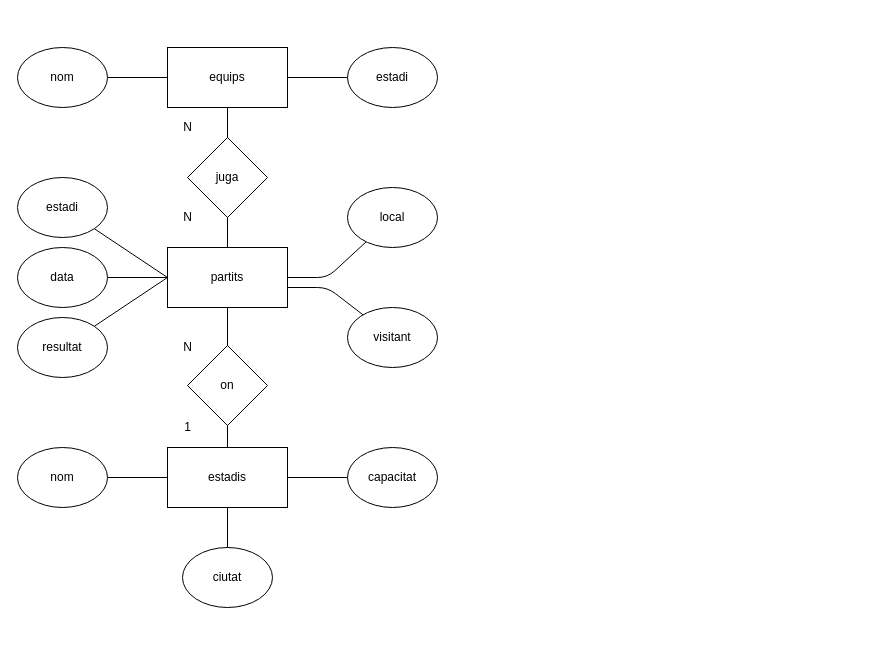
This is diagramaLliga.drawio from pedronieto84/lowcode-nocode, a draw.io file, before an edit. Source tidied: cells renumbered, new cells numbered last; positions are measured from the earlier drawing's top-left corner, leaving out a move shared by most shapes. Both pictures are drawn from the tidied source at 100%, with x=0, y=0 at pixel (17, 47).
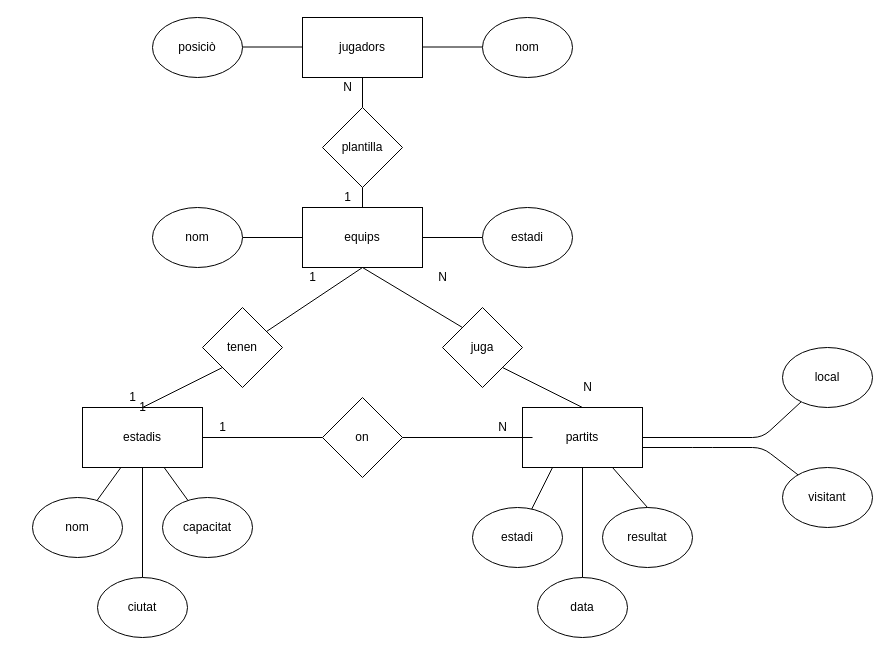
The same page after the edit.

Diff of the diagram source:
```diff
@@
-    <mxCell id="2" style="edgeStyle=none;html=1;endArrow=none;endFill=0;exitX=0.5;exitY=0;exitDx=0;exitDy=0;" parent="1" edge="1" source="22" target="6">
+    <mxCell id="2" style="edgeStyle=none;html=1;endArrow=none;endFill=0;exitX=0.5;exitY=0;exitDx=0;exitDy=0;entryX=1;entryY=1;entryDx=0;entryDy=0;" parent="1" edge="1" source="22" target="16">
       <mxGeometry relative="1" as="geometry" />
     </mxCell>
-    <mxCell id="3" style="edgeStyle=none;html=1;startArrow=none;startFill=0;endArrow=none;endFill=0;exitX=0.5;exitY=1;exitDx=0;exitDy=0;" parent="1" edge="1" source="22" target="10">
+    <mxCell id="3" style="edgeStyle=none;html=1;startArrow=none;startFill=0;endArrow=none;endFill=0;" parent="1" edge="1" source="37" target="10">
       <mxGeometry relative="1" as="geometry" />
     </mxCell>
@@
+    <mxCell id="33" style="edgeStyle=none;html=1;exitX=0.5;exitY=0;exitDx=0;exitDy=0;entryX=0.5;entryY=1;entryDx=0;entryDy=0;endArrow=none;endFill=0;startArrow=none;" parent="1" edge="1" source="48" target="43">
+      <mxGeometry relative="1" as="geometry" />
+    </mxCell>
+    <mxCell id="34" style="edgeStyle=none;html=1;endArrow=none;endFill=0;" parent="1" edge="1" source="6" target="12">
+      <mxGeometry relative="1" as="geometry" />
+    </mxCell>
     <mxCell id="6" value="equips" style="rounded=0;whiteSpace=wrap;html=1;" parent="1" vertex="1">
-      <mxGeometry x="150" width="120" height="60" as="geometry" />
+      <mxGeometry x="285" y="160" width="120" height="60" as="geometry" />
     </mxCell>
@@
     <mxCell id="10" value="estadis" style="rounded=0;whiteSpace=wrap;html=1;" parent="1" vertex="1">
-      <mxGeometry x="150" y="400" width="120" height="60" as="geometry" />
+      <mxGeometry x="65" y="360" width="120" height="60" as="geometry" />
     </mxCell>
     <mxCell id="11" value="nom" style="ellipse;whiteSpace=wrap;html=1;" parent="1" vertex="1">
-      <mxGeometry width="90" height="60" as="geometry" />
+      <mxGeometry x="135" y="160" width="90" height="60" as="geometry" />
     </mxCell>
     <mxCell id="12" value="estadi" style="ellipse;whiteSpace=wrap;html=1;" parent="1" vertex="1">
-      <mxGeometry x="330" width="90" height="60" as="geometry" />
+      <mxGeometry x="465" y="160" width="90" height="60" as="geometry" />
     </mxCell>
     <mxCell id="13" value="nom" style="ellipse;whiteSpace=wrap;html=1;" parent="1" vertex="1">
-      <mxGeometry y="400" width="90" height="60" as="geometry" />
+      <mxGeometry x="15" y="450" width="90" height="60" as="geometry" />
     </mxCell>
     <mxCell id="14" value="capacitat" style="ellipse;whiteSpace=wrap;html=1;" parent="1" vertex="1">
-      <mxGeometry x="330" y="400" width="90" height="60" as="geometry" />
+      <mxGeometry x="145" y="450" width="90" height="60" as="geometry" />
     </mxCell>
     <mxCell id="15" value="ciutat" style="ellipse;whiteSpace=wrap;html=1;" parent="1" vertex="1">
-      <mxGeometry x="165" y="500" width="90" height="60" as="geometry" />
+      <mxGeometry x="80" y="530" width="90" height="60" as="geometry" />
     </mxCell>
     <mxCell id="16" value="juga" style="rhombus;whiteSpace=wrap;html=1;" parent="1" vertex="1">
-      <mxGeometry x="170" y="90" width="80" height="80" as="geometry" />
+      <mxGeometry x="425" y="260" width="80" height="80" as="geometry" />
     </mxCell>
-    <mxCell id="17" value="on" style="rhombus;whiteSpace=wrap;html=1;" parent="1" vertex="1">
-      <mxGeometry x="170" y="298" width="80" height="80" as="geometry" />
-    </mxCell>
     <mxCell id="18" value="1" style="text;html=1;align=center;verticalAlign=middle;strokeColor=none;fillColor=none;" parent="1" vertex="1">
-      <mxGeometry x="160" y="370" width="20" height="20" as="geometry" />
+      <mxGeometry x="195" y="370" width="20" height="20" as="geometry" />
     </mxCell>
     <mxCell id="19" value="N" style="text;html=1;align=center;verticalAlign=middle;strokeColor=none;fillColor=none;" parent="1" vertex="1">
-      <mxGeometry x="160" y="290" width="20" height="20" as="geometry" />
+      <mxGeometry x="475" y="370" width="20" height="20" as="geometry" />
     </mxCell>
     <mxCell id="20" value="N" style="text;html=1;align=center;verticalAlign=middle;strokeColor=none;fillColor=none;" parent="1" vertex="1">
-      <mxGeometry x="160" y="160" width="20" height="20" as="geometry" />
+      <mxGeometry x="560" y="330" width="20" height="20" as="geometry" />
     </mxCell>
     <mxCell id="21" value="N" style="text;html=1;align=center;verticalAlign=middle;strokeColor=none;fillColor=none;" parent="1" vertex="1">
-      <mxGeometry x="160" y="70" width="20" height="20" as="geometry" />
+      <mxGeometry x="415" y="220" width="20" height="20" as="geometry" />
     </mxCell>
     <mxCell id="22" value="partits" style="rounded=0;whiteSpace=wrap;html=1;" parent="1" vertex="1">
-      <mxGeometry x="150" y="200" width="120" height="60" as="geometry" />
+      <mxGeometry x="505" y="360" width="120" height="60" as="geometry" />
     </mxCell>
     <mxCell id="23" style="edgeStyle=none;html=1;startArrow=none;startFill=0;endArrow=none;endFill=0;" parent="1" edge="1" target="25">
       <mxGeometry relative="1" as="geometry">
-        <mxPoint x="150" y="230" as="sourcePoint" />
+        <mxPoint x="565" y="420" as="sourcePoint" />
       </mxGeometry>
     </mxCell>
     <mxCell id="24" style="edgeStyle=none;html=1;startArrow=none;startFill=0;endArrow=none;endFill=0;exitX=1;exitY=0.5;exitDx=0;exitDy=0;" parent="1" edge="1" source="22" target="26">
       <mxGeometry relative="1" as="geometry">
         <Array as="points">
-          <mxPoint x="310" y="230" />
+          <mxPoint x="745" y="390" />
         </Array>
       </mxGeometry>
     </mxCell>
-    <mxCell id="25" value="data" style="ellipse;whiteSpace=wrap;html=1;" parent="1" vertex="1">
-      <mxGeometry y="200" width="90" height="60" as="geometry" />
-    </mxCell>
     <mxCell id="26" value="local" style="ellipse;whiteSpace=wrap;html=1;" parent="1" vertex="1">
-      <mxGeometry x="330" y="140" width="90" height="60" as="geometry" />
+      <mxGeometry x="765" y="300" width="90" height="60" as="geometry" />
     </mxCell>
-    <mxCell id="27" style="edgeStyle=none;html=1;startArrow=none;startFill=0;endArrow=none;endFill=0;exitX=1;exitY=0.5;exitDx=0;exitDy=0;" parent="1" edge="1" target="28">
+    <mxCell id="27" style="edgeStyle=none;html=1;startArrow=none;startFill=0;endArrow=none;endFill=0;" parent="1" edge="1" target="28">
       <mxGeometry relative="1" as="geometry">
-        <mxPoint x="270" y="240" as="sourcePoint" />
+        <mxPoint x="625" y="400" as="sourcePoint" />
         <Array as="points">
-          <mxPoint x="310" y="240" />
+          <mxPoint x="685" y="400" />
+          <mxPoint x="745" y="400" />
         </Array>
       </mxGeometry>
     </mxCell>
     <mxCell id="28" value="visitant" style="ellipse;whiteSpace=wrap;html=1;" parent="1" vertex="1">
-      <mxGeometry x="330" y="260" width="90" height="60" as="geometry" />
+      <mxGeometry x="765" y="420" width="90" height="60" as="geometry" />
     </mxCell>
-    <mxCell id="29" style="edgeStyle=none;html=1;startArrow=none;startFill=0;endArrow=none;endFill=0;exitX=0;exitY=0.5;exitDx=0;exitDy=0;" parent="1" edge="1" source="22" target="30">
+    <mxCell id="29" style="edgeStyle=none;html=1;startArrow=none;startFill=0;endArrow=none;endFill=0;exitX=0.25;exitY=1;exitDx=0;exitDy=0;" parent="1" edge="1" source="22" target="30">
       <mxGeometry relative="1" as="geometry" />
     </mxCell>
     <mxCell id="30" value="estadi" style="ellipse;whiteSpace=wrap;html=1;" parent="1" vertex="1">
-      <mxGeometry y="130" width="90" height="60" as="geometry" />
+      <mxGeometry x="455" y="460" width="90" height="60" as="geometry" />
     </mxCell>
+    <mxCell id="32" value="resultat" style="ellipse;whiteSpace=wrap;html=1;" parent="1" vertex="1">
+      <mxGeometry x="585" y="460" width="90" height="60" as="geometry" />
+    </mxCell>
+    <mxCell id="35" style="endArrow=none;html=1;entryX=0.5;entryY=1;entryDx=0;entryDy=0;startArrow=none;" parent="1" edge="1" source="17" target="6">
+      <mxGeometry relative="1" as="geometry" />
+    </mxCell>
+    <mxCell id="17" value="tenen" style="rhombus;whiteSpace=wrap;html=1;" parent="1" vertex="1">
+      <mxGeometry x="185" y="260" width="80" height="80" as="geometry" />
+    </mxCell>
+    <mxCell id="36" style="endArrow=none;html=1;entryX=0;entryY=1;entryDx=0;entryDy=0;exitX=0.5;exitY=0;exitDx=0;exitDy=0;" parent="1" edge="1" source="10" target="17">
+      <mxGeometry relative="1" as="geometry" />
+    </mxCell>
+    <mxCell id="37" value="on" style="rhombus;whiteSpace=wrap;html=1;" parent="1" vertex="1">
+      <mxGeometry x="305" y="350" width="80" height="80" as="geometry" />
+    </mxCell>
+    <mxCell id="38" style="edgeStyle=none;html=1;startArrow=none;startFill=0;endArrow=none;endFill=0;" parent="1" edge="1" target="37">
+      <mxGeometry relative="1" as="geometry">
+        <mxPoint x="515" y="390" as="sourcePoint" />
+      </mxGeometry>
+    </mxCell>
+    <mxCell id="39" style="endArrow=none;html=1;entryX=0.5;entryY=1;entryDx=0;entryDy=0;exitX=0;exitY=0;exitDx=0;exitDy=0;" parent="1" edge="1" source="16" target="6">
+      <mxGeometry relative="1" as="geometry" />
+    </mxCell>
+    <mxCell id="25" value="data" style="ellipse;whiteSpace=wrap;html=1;" parent="1" vertex="1">
+      <mxGeometry x="520" y="530" width="90" height="60" as="geometry" />
+    </mxCell>
-    <mxCell id="31" style="edgeStyle=none;html=1;startArrow=none;startFill=0;endArrow=none;endFill=0;exitX=0;exitY=0.5;exitDx=0;exitDy=0;" parent="1" edge="1" source="22" target="32">
+    <mxCell id="31" style="edgeStyle=none;html=1;startArrow=none;startFill=0;endArrow=none;endFill=0;entryX=0.5;entryY=0;entryDx=0;entryDy=0;exitX=0.75;exitY=1;exitDx=0;exitDy=0;" parent="1" edge="1" source="22" target="32">
       <mxGeometry relative="1" as="geometry" />
     </mxCell>
-    <mxCell id="32" value="resultat" style="ellipse;whiteSpace=wrap;html=1;" parent="1" vertex="1">
-      <mxGeometry y="270" width="90" height="60" as="geometry" />
-    </mxCell>
+    <mxCell id="40" value="1" style="text;html=1;align=center;verticalAlign=middle;strokeColor=none;fillColor=none;" parent="1" vertex="1">
+      <mxGeometry x="105" y="340" width="20" height="20" as="geometry" />
+    </mxCell>
+    <mxCell id="41" value="1" style="text;html=1;align=center;verticalAlign=middle;strokeColor=none;fillColor=none;" parent="1" vertex="1">
+      <mxGeometry x="115" y="350" width="20" height="20" as="geometry" />
+    </mxCell>
+    <mxCell id="42" value="1" style="text;html=1;align=center;verticalAlign=middle;strokeColor=none;fillColor=none;" parent="1" vertex="1">
+      <mxGeometry x="285" y="220" width="20" height="20" as="geometry" />
+    </mxCell>
+    <mxCell id="43" value="jugadors" style="rounded=0;whiteSpace=wrap;html=1;" parent="1" vertex="1">
+      <mxGeometry x="285" y="-30" width="120" height="60" as="geometry" />
+    </mxCell>
+    <mxCell id="44" value="posiciò" style="ellipse;whiteSpace=wrap;html=1;" parent="1" vertex="1">
+      <mxGeometry x="135" y="-30" width="90" height="60" as="geometry" />
+    </mxCell>
+    <mxCell id="45" style="edgeStyle=none;html=1;startArrow=none;startFill=0;endArrow=none;endFill=0;" parent="1" edge="1">
+      <mxGeometry relative="1" as="geometry">
+        <mxPoint x="285" y="-0.5" as="sourcePoint" />
+        <mxPoint x="225" y="-0.5" as="targetPoint" />
+      </mxGeometry>
+    </mxCell>
+    <mxCell id="46" value="nom" style="ellipse;whiteSpace=wrap;html=1;" parent="1" vertex="1">
+      <mxGeometry x="465" y="-30" width="90" height="60" as="geometry" />
+    </mxCell>
+    <mxCell id="47" style="edgeStyle=none;html=1;endArrow=none;endFill=0;" parent="1" edge="1">
+      <mxGeometry relative="1" as="geometry">
+        <mxPoint x="405" y="-0.5" as="sourcePoint" />
+        <mxPoint x="465" y="-0.5" as="targetPoint" />
+      </mxGeometry>
+    </mxCell>
+    <mxCell id="48" value="plantilla" style="rhombus;whiteSpace=wrap;html=1;" parent="1" vertex="1">
+      <mxGeometry x="305" y="60" width="80" height="80" as="geometry" />
+    </mxCell>
+    <mxCell id="49" style="edgeStyle=none;html=1;exitX=0.5;exitY=0;exitDx=0;exitDy=0;entryX=0.5;entryY=1;entryDx=0;entryDy=0;endArrow=none;endFill=0;" parent="1" edge="1" source="6" target="48">
+      <mxGeometry relative="1" as="geometry" />
+    </mxCell>
+    <mxCell id="50" value="1" style="text;html=1;align=center;verticalAlign=middle;strokeColor=none;fillColor=none;" parent="1" vertex="1">
+      <mxGeometry x="320" y="140" width="20" height="20" as="geometry" />
+    </mxCell>
+    <mxCell id="51" value="N" style="text;html=1;align=center;verticalAlign=middle;strokeColor=none;fillColor=none;" parent="1" vertex="1">
+      <mxGeometry x="320" y="30" width="20" height="20" as="geometry" />
+    </mxCell>
```
